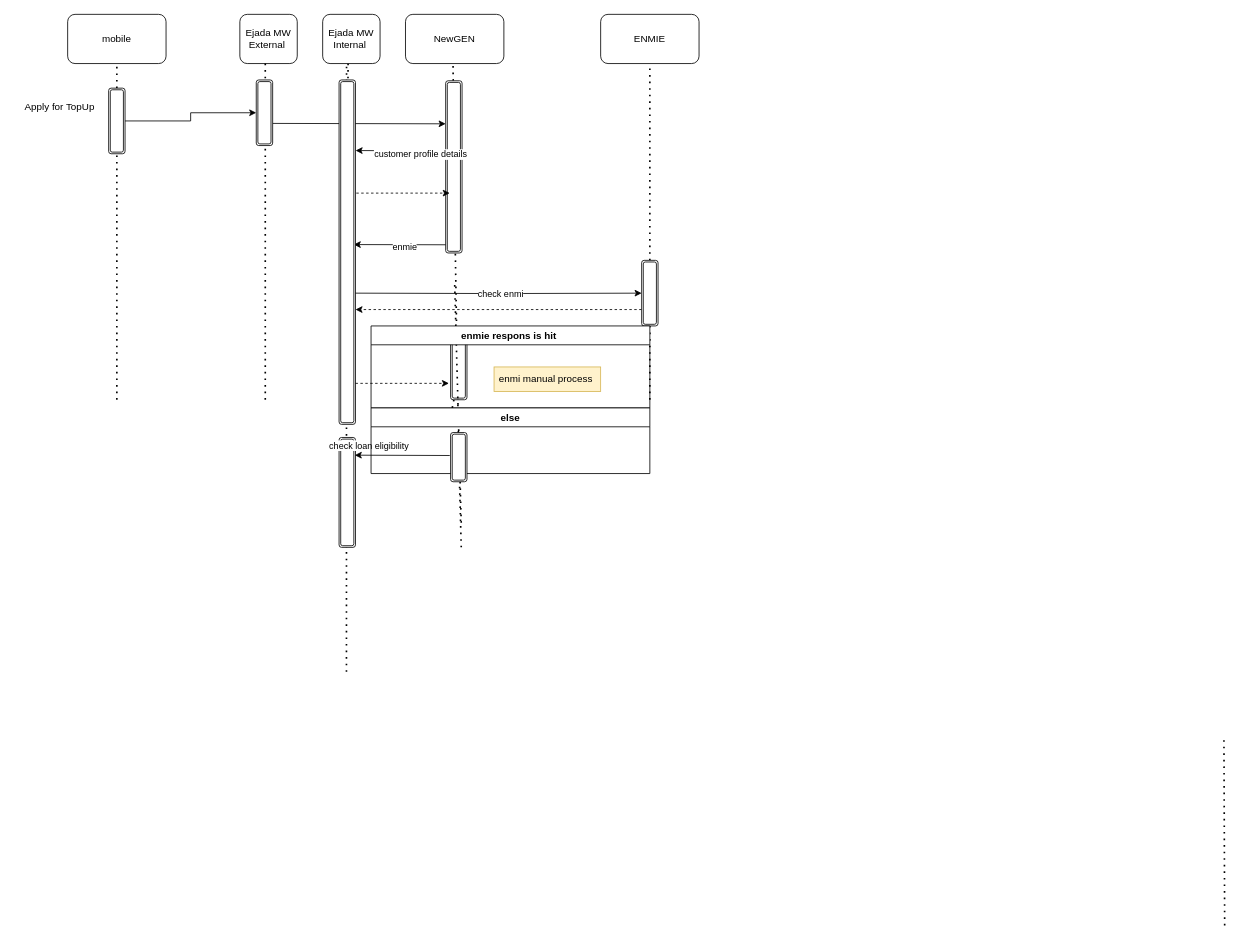
This is page "Page-2" (2 of 4) of lead flow.drawio from MHosnii/DrawIo, a draw.io file, before an edit. Source tidied: cells renumbered, new cells numbered last; positions are measured from the earlier drawing's top-left corner, leaving out a move shared by most shapes. Both pictures are drawn from the tidied source at 82%, with x=0, y=0 at pixel (14, 14).
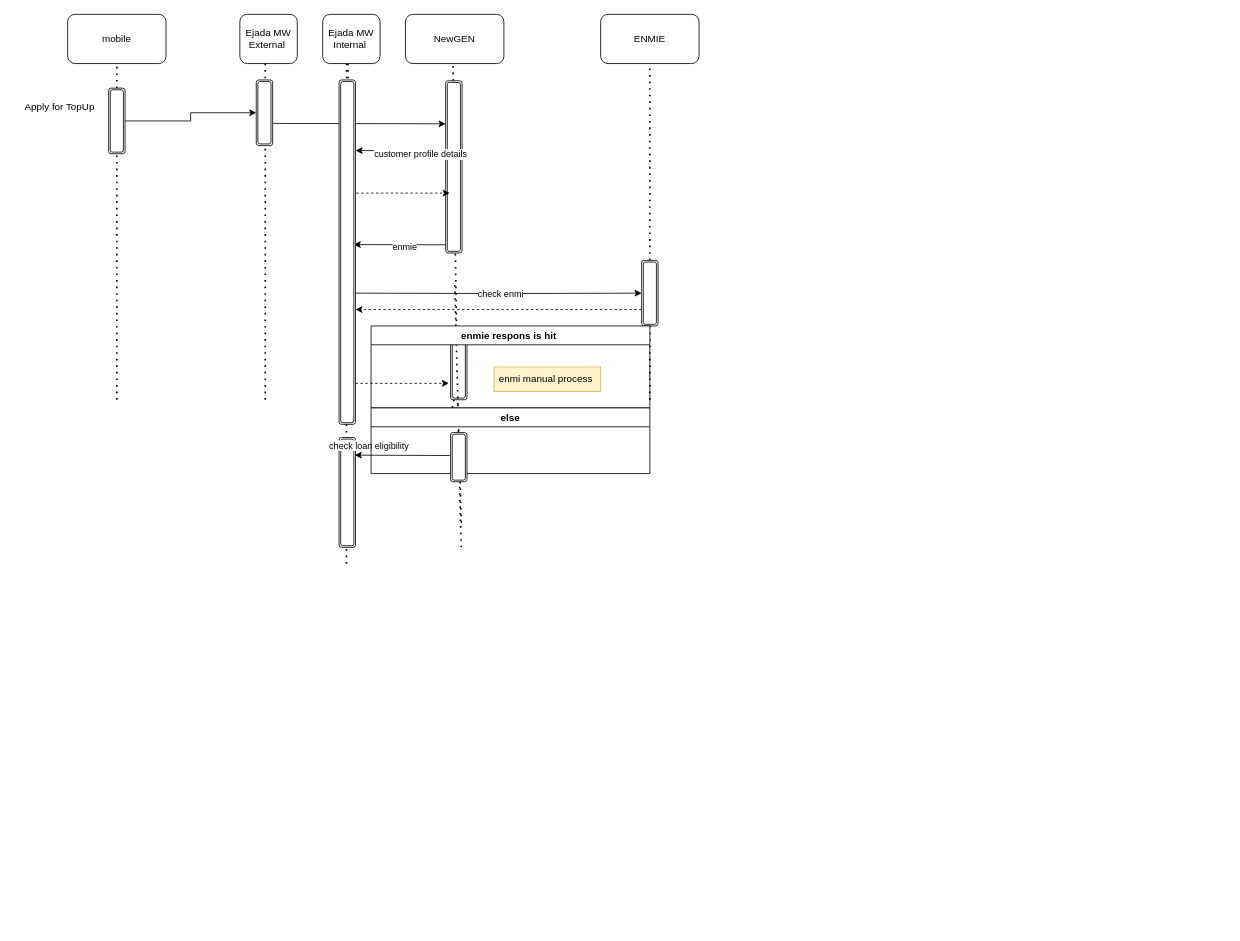
The same page after the edit.

Unchanged cells that the change refers to:
```xml
<mxCell id="21" value="Ejada MW Internal&amp;nbsp;" style="rounded=1;whiteSpace=wrap;html=1;" parent="1" vertex="1">
  <mxGeometry x="376" width="70" height="60" as="geometry" />
</mxCell>
```

The edit, as a diff of the source:
```diff
@@
     <mxCell id="22" style="endArrow=none;dashed=1;html=1;dashPattern=1 3;strokeWidth=2;rounded=0;entryX=0.416;entryY=1.009;entryDx=0;entryDy=0;entryPerimeter=0;" parent="1" edge="1" target="21">
       <mxGeometry relative="1" as="geometry">
-        <mxPoint x="405" y="801.8" as="sourcePoint" />
+        <mxPoint x="405" y="670" as="sourcePoint" />
       </mxGeometry>
     </mxCell>
@@
-    <mxCell id="40" style="endArrow=none;dashed=1;html=1;dashPattern=1 3;strokeWidth=2;rounded=0;" parent="1" edge="1">
-      <mxGeometry relative="1" as="geometry">
-        <mxPoint x="1476" y="1111.1" as="sourcePoint" />
-        <mxPoint x="1475.1" y="880" as="targetPoint" />
-      </mxGeometry>
-    </mxCell>
```
